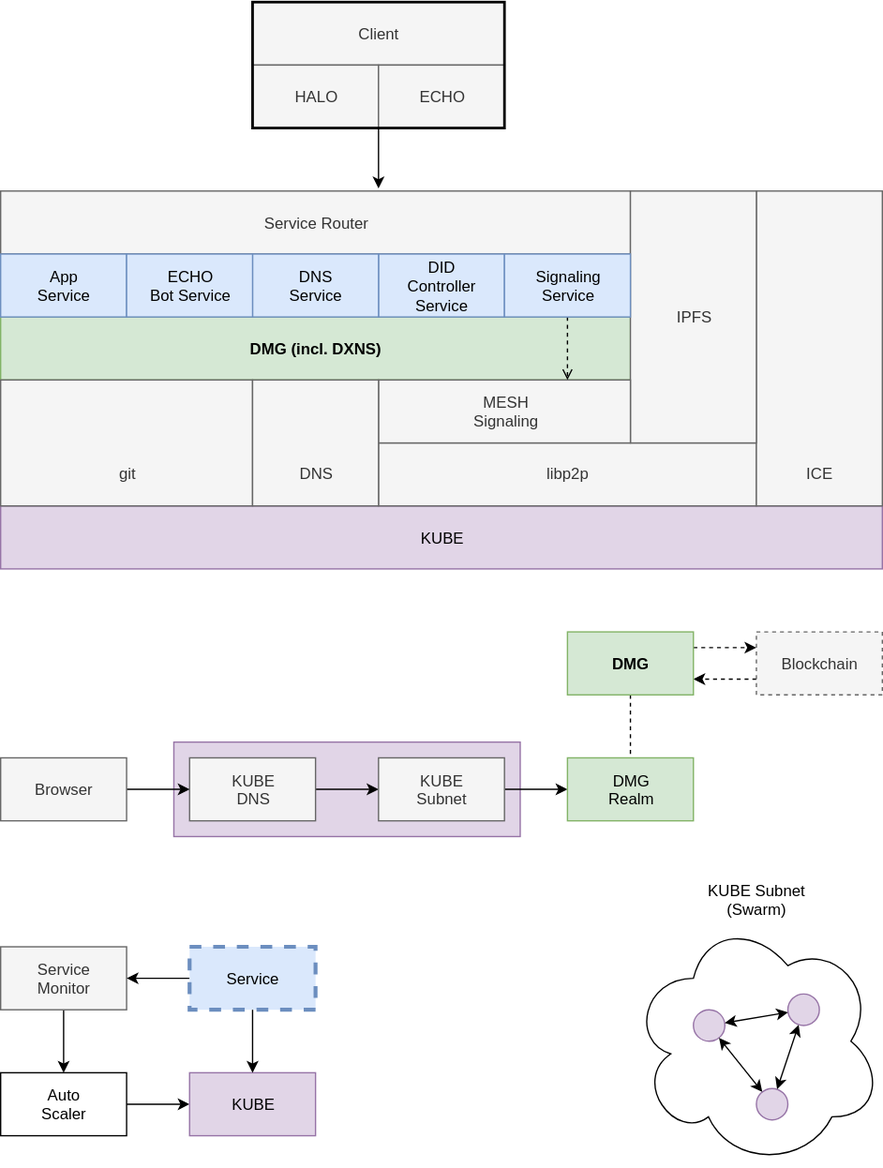
The draw.io diagram docs/design/diagrams/meta-graph.drawio.svg in dxos/dxos, before a commit. Source tidied: cells renumbered, new cells last; positions are measured from the earlier drawing's top-left corner, leaving out a move shared by most shapes.
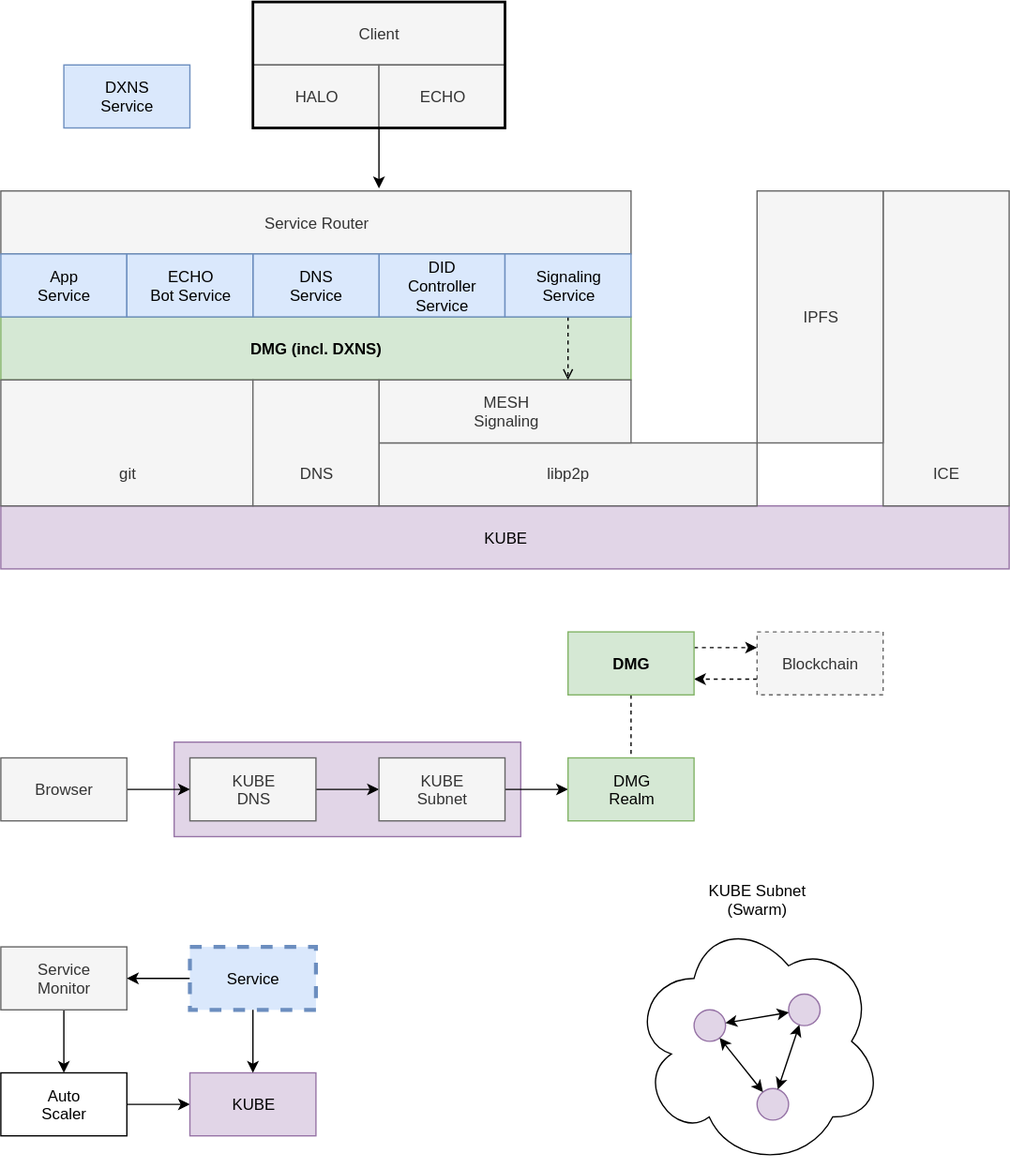
After the commit.

The edit, as a diff of the source:
```diff
@@ -6,7 +6,7 @@
       <mxGeometry x="132" y="564" width="264" height="72" as="geometry" />
     </mxCell>
     <mxCell id="3" value="KUBE" style="rounded=0;whiteSpace=wrap;html=1;fillColor=#e1d5e7;strokeColor=#9673a6;" parent="1" vertex="1">
-      <mxGeometry y="384" width="672" height="48" as="geometry" />
+      <mxGeometry y="384" width="768" height="48" as="geometry" />
     </mxCell>
     <mxCell id="4" value="libp2p" style="rounded=0;whiteSpace=wrap;html=1;verticalAlign=bottom;spacingBottom=14;fillColor=#f5f5f5;strokeColor=#666666;fontColor=#333333;" parent="1" vertex="1">
       <mxGeometry x="288" y="336" width="288" height="48" as="geometry" />
@@ -15,7 +15,7 @@
       <mxGeometry y="240" width="480" height="48" as="geometry" />
     </mxCell>
     <mxCell id="6" value="ICE" style="rounded=0;whiteSpace=wrap;html=1;verticalAlign=bottom;spacingBottom=14;fillColor=#f5f5f5;strokeColor=#666666;fontColor=#333333;" parent="1" vertex="1">
-      <mxGeometry x="576" y="144" width="96" height="240" as="geometry" />
+      <mxGeometry x="672" y="144" width="96" height="240" as="geometry" />
     </mxCell>
     <mxCell id="7" value="Client" style="rounded=0;whiteSpace=wrap;html=1;fillColor=#f5f5f5;strokeColor=#666666;fontColor=#333333;" parent="1" vertex="1">
       <mxGeometry x="192" width="192" height="48" as="geometry" />
@@ -45,7 +45,7 @@
       <mxGeometry x="192" y="192" width="96" height="48" as="geometry" />
     </mxCell>
     <mxCell id="16" value="IPFS" style="rounded=0;whiteSpace=wrap;html=1;fillColor=#f5f5f5;strokeColor=#666666;fontColor=#333333;" parent="1" vertex="1">
-      <mxGeometry x="480" y="144" width="96" height="192" as="geometry" />
+      <mxGeometry x="576" y="144" width="96" height="192" as="geometry" />
     </mxCell>
     <mxCell id="17" style="edgeStyle=orthogonalEdgeStyle;rounded=0;jettySize=auto;html=1;exitX=0.5;exitY=1;exitDx=0;exitDy=0;entryX=0.166;entryY=-0.04;entryDx=0;entryDy=0;entryPerimeter=0;" parent="1" edge="1" source="18">
       <mxGeometry relative="1" as="geometry">
@@ -156,5 +156,8 @@
     <mxCell id="51" value="Signaling&lt;br&gt;Service" style="rounded=0;whiteSpace=wrap;html=1;fillColor=#dae8fc;strokeColor=#6c8ebf;" parent="1" vertex="1">
       <mxGeometry x="384" y="192" width="96" height="48" as="geometry" />
     </mxCell>
+    <mxCell id="52" value="DXNS&lt;br&gt;Service" style="rounded=0;whiteSpace=wrap;html=1;fillColor=#dae8fc;strokeColor=#6c8ebf;" parent="1" vertex="1">
+      <mxGeometry x="48" y="48" width="96" height="48" as="geometry" />
+    </mxCell>
   </root>
 </mxGraphModel>
```
